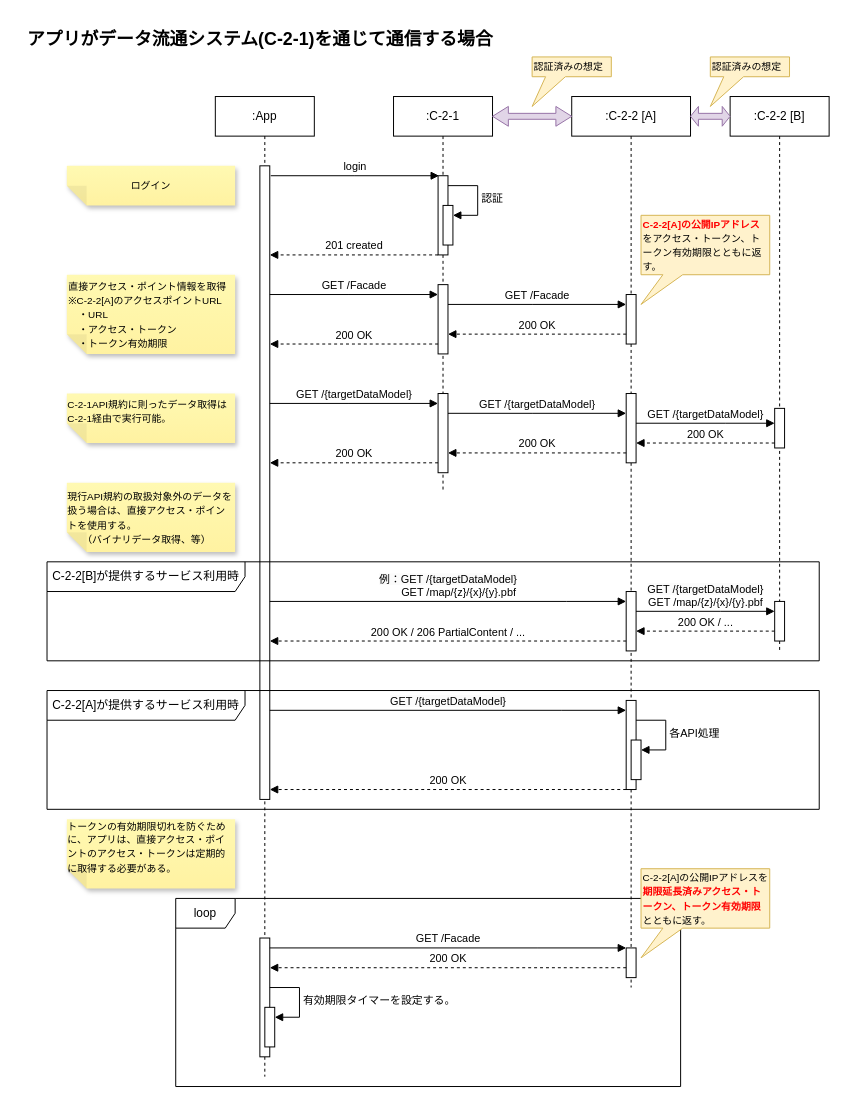
This is page "C-2-1経由時のシーケンス" (1 of 6) of models/c-2-2-api-sequences.drawio from Sportacandy/C-2-2API, a draw.io file, before an edit. Source tidied: cells renumbered, new cells numbered last; positions are measured from the earlier drawing's top-left corner, leaving out a move shared by most shapes. Both pictures are drawn from the tidied source at 99%, with x=0, y=0 at pixel (17, 17).
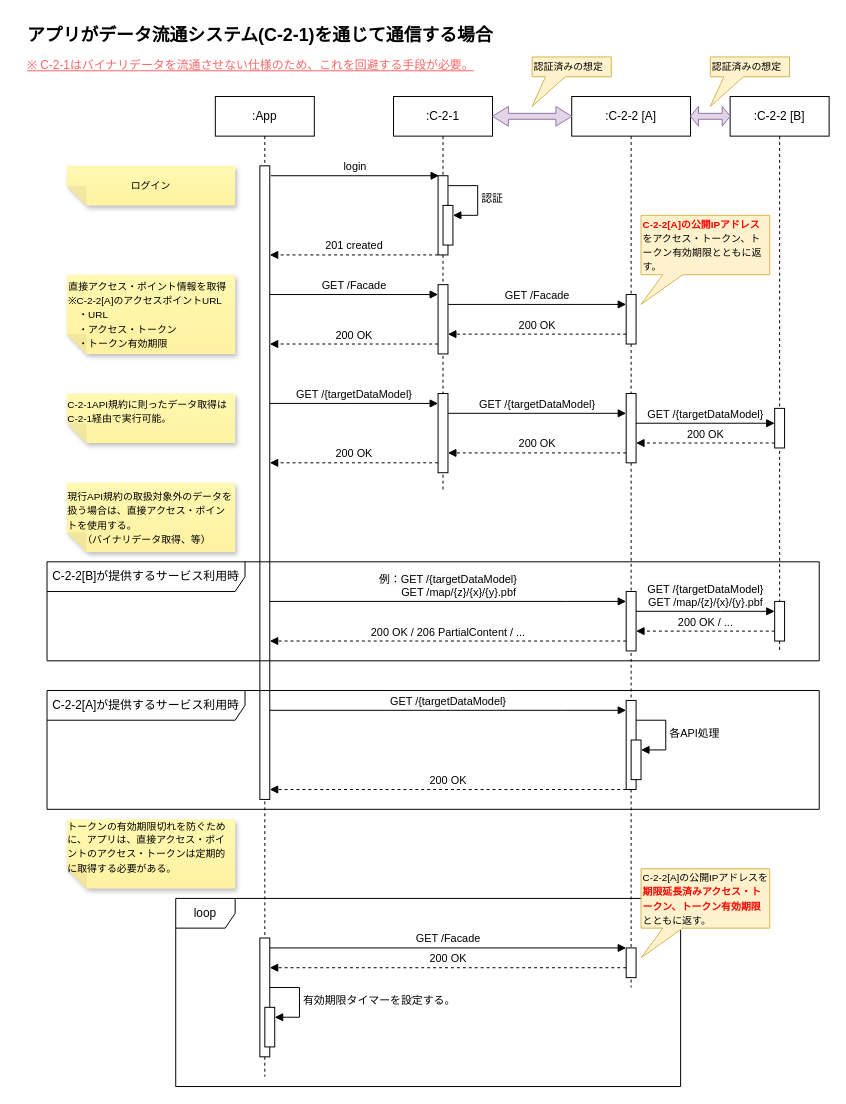
Above is the later version.

The edit, as a diff of the source:
```diff
@@
-    <mxCell id="33" value="&lt;font style=&quot;font-size: 18px;&quot;&gt;アプリがデータ流通システム(C-2-1)を通じて通信する場合&lt;/font&gt;" style="text;strokeColor=none;fillColor=none;html=1;fontSize=24;fontStyle=1;verticalAlign=middle;align=center;" parent="1" vertex="1">
-      <mxGeometry width="490" height="40" as="geometry" />
+    <mxCell id="33" value="&lt;font style=&quot;font-size: 18px;&quot;&gt;アプリがデータ流通システム(C-2-1)を通じて通信する場合&lt;/font&gt;&lt;div style=&quot;text-align: left;&quot;&gt;&lt;span style=&quot;font-weight: normal;&quot;&gt;&lt;font color=&quot;#ff6666&quot; style=&quot;font-size: 12px;&quot;&gt;&lt;u&gt;※ C-2-1はバイナリデータを流通させない仕様のため、これを回避する手段が必要。&lt;/u&gt;&lt;/font&gt;&lt;/span&gt;&lt;/div&gt;" style="text;strokeColor=none;fillColor=none;html=1;fontSize=24;fontStyle=1;verticalAlign=middle;align=center;" parent="1" vertex="1">
+      <mxGeometry width="490" height="60" as="geometry" />
     </mxCell>
```
